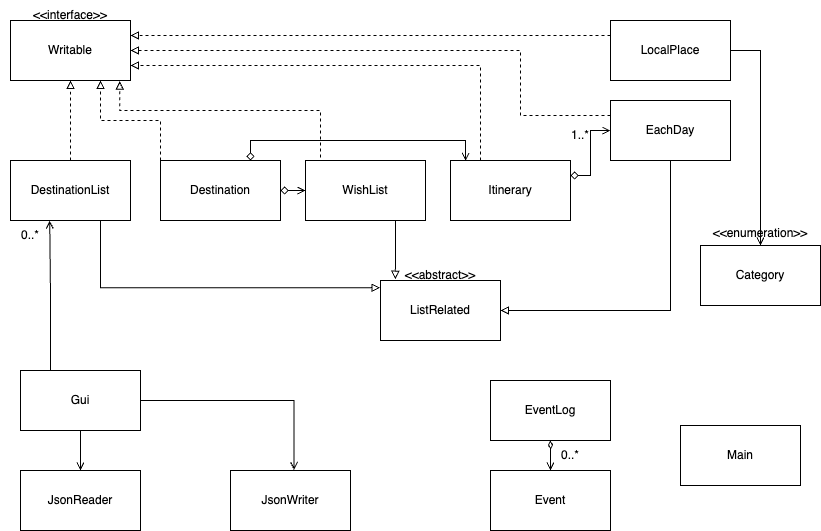
The draw.io diagram UML_Design_Diagram.png in carissaor/Travel-Planner, before a commit. Source tidied: cells renumbered, new cells last; positions are measured from the earlier drawing's top-left corner, leaving out a move shared by most shapes.
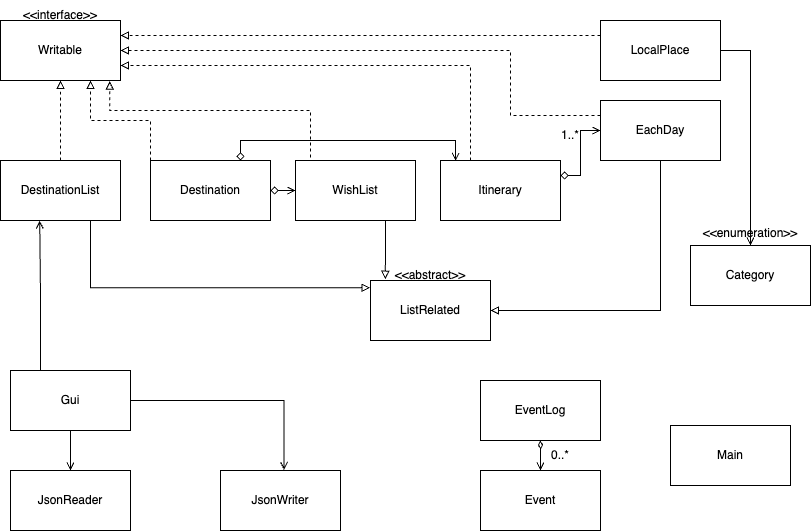
Above is the later version.

Commit message:
Phase 4: Task 3

Diff of the diagram source:
```diff
@@ -138,8 +138,5 @@
     <mxCell id="38" value="&amp;lt;&amp;lt;enumeration&amp;gt;&amp;gt;" style="text;strokeColor=none;align=center;fillColor=none;html=1;verticalAlign=middle;whiteSpace=wrap;rounded=0;" parent="1" vertex="1">
       <mxGeometry x="730" y="220" width="60" height="25" as="geometry" />
     </mxCell>
-    <mxCell id="39" value="0..*" style="text;strokeColor=none;align=center;fillColor=none;html=1;verticalAlign=middle;whiteSpace=wrap;rounded=0;" parent="1" vertex="1">
-      <mxGeometry y="220" width="60" height="30" as="geometry" />
-    </mxCell>
   </root>
 </mxGraphModel>
```
